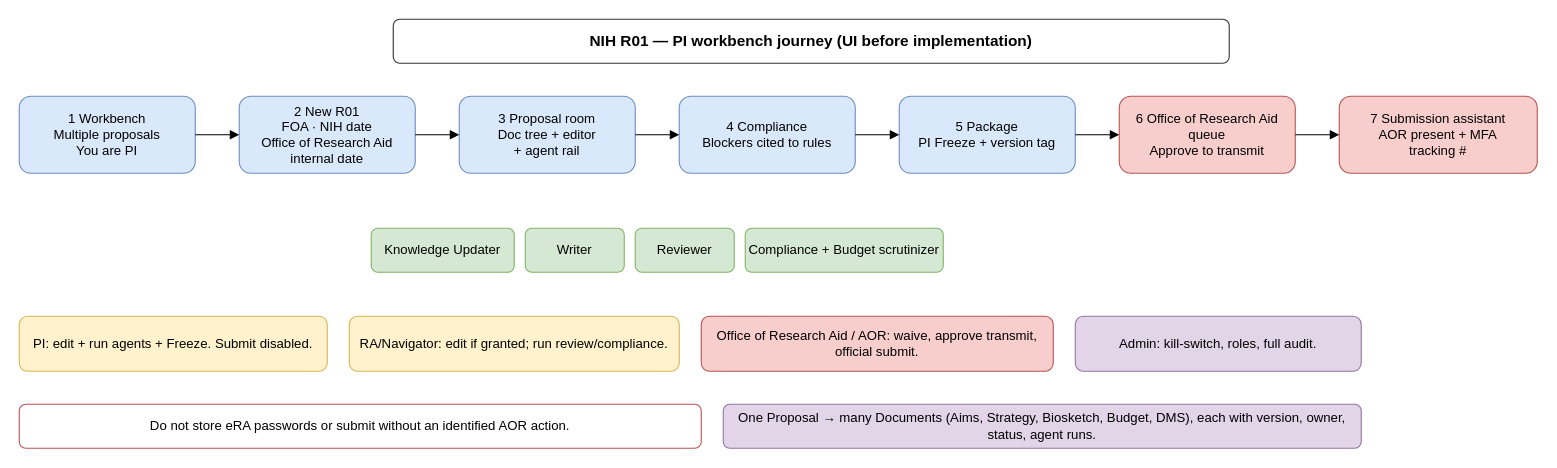
YPCC/grant-agent-lab keeps this draw.io diagram as docs/architecture-considerations/pi-r01-workflow-ui.drawio. Above is the earlier version. Source tidied: cells renumbered, new cells numbered last; positions are measured from the earlier drawing's top-left corner, leaving out a move shared by most shapes. Both pictures are drawn from the tidied source at 110%, with x=0, y=0 at pixel (19, 19).
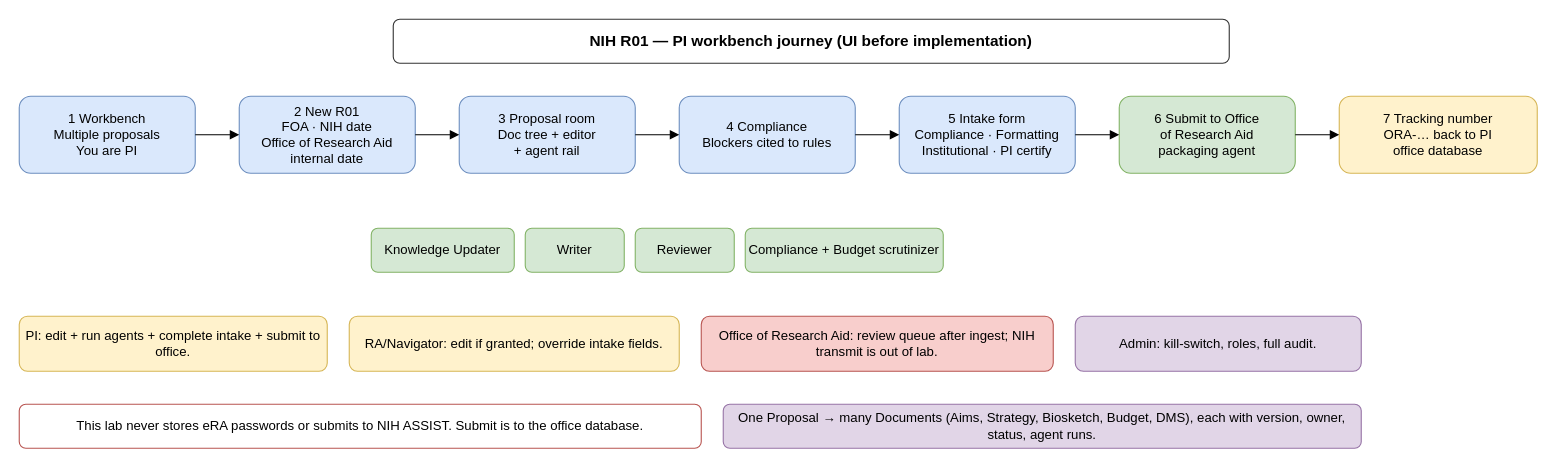
Above is the later version.

Change to the diagram source:
```diff
@@
-    <mxCell id="7" value="5 Package&#10;PI Freeze + version tag" style="rounded=1;whiteSpace=wrap;html=1;fillColor=#dae8fc;strokeColor=#6c8ebf;" parent="1" vertex="1">
+    <mxCell id="7" value="5 Intake form&#10;Compliance · Formatting&#10;Institutional · PI certify" style="rounded=1;whiteSpace=wrap;html=1;fillColor=#dae8fc;strokeColor=#6c8ebf;" parent="1" vertex="1">
       <mxGeometry x="800" y="70" width="160" height="70" as="geometry" />
     </mxCell>
-    <mxCell id="8" value="6 Office of Research Aid queue&#10;Approve to transmit" style="rounded=1;whiteSpace=wrap;html=1;fillColor=#f8cecc;strokeColor=#b85450;" parent="1" vertex="1">
+    <mxCell id="8" value="6 Submit to Office&#10;of Research Aid&#10;packaging agent" style="rounded=1;whiteSpace=wrap;html=1;fillColor=#d5e8d4;strokeColor=#82b366;" parent="1" vertex="1">
       <mxGeometry x="1000" y="70" width="160" height="70" as="geometry" />
     </mxCell>
-    <mxCell id="9" value="7 Submission assistant&#10;AOR present + MFA&#10;tracking #" style="rounded=1;whiteSpace=wrap;html=1;fillColor=#f8cecc;strokeColor=#b85450;" parent="1" vertex="1">
+    <mxCell id="9" value="7 Tracking number&#10;ORA-… back to PI&#10;office database" style="rounded=1;whiteSpace=wrap;html=1;fillColor=#fff2cc;strokeColor=#d6b656;" parent="1" vertex="1">
       <mxGeometry x="1200" y="70" width="180" height="70" as="geometry" />
     </mxCell>
@@
-    <mxCell id="20" value="PI: edit + run agents + Freeze. Submit disabled." style="rounded=1;whiteSpace=wrap;html=1;fillColor=#fff2cc;strokeColor=#d6b656;" parent="1" vertex="1">
+    <mxCell id="20" value="PI: edit + run agents + complete intake + submit to office." style="rounded=1;whiteSpace=wrap;html=1;fillColor=#fff2cc;strokeColor=#d6b656;" parent="1" vertex="1">
       <mxGeometry y="270" width="280" height="50" as="geometry" />
     </mxCell>
-    <mxCell id="21" value="RA/Navigator: edit if granted; run review/compliance." style="rounded=1;whiteSpace=wrap;html=1;fillColor=#fff2cc;strokeColor=#d6b656;" parent="1" vertex="1">
+    <mxCell id="21" value="RA/Navigator: edit if granted; override intake fields." style="rounded=1;whiteSpace=wrap;html=1;fillColor=#fff2cc;strokeColor=#d6b656;" parent="1" vertex="1">
       <mxGeometry x="300" y="270" width="300" height="50" as="geometry" />
     </mxCell>
-    <mxCell id="22" value="Office of Research Aid / AOR: waive, approve transmit, official submit." style="rounded=1;whiteSpace=wrap;html=1;fillColor=#f8cecc;strokeColor=#b85450;" parent="1" vertex="1">
+    <mxCell id="22" value="Office of Research Aid: review queue after ingest; NIH transmit is out of lab." style="rounded=1;whiteSpace=wrap;html=1;fillColor=#f8cecc;strokeColor=#b85450;" parent="1" vertex="1">
       <mxGeometry x="620" y="270" width="320" height="50" as="geometry" />
     </mxCell>
@@
-    <mxCell id="24" value="Do not store eRA passwords or submit without an identified AOR action." style="rounded=1;whiteSpace=wrap;html=1;fillColor=#ffffff;strokeColor=#b85450;" parent="1" vertex="1">
+    <mxCell id="24" value="This lab never stores eRA passwords or submits to NIH ASSIST. Submit is to the office database." style="rounded=1;whiteSpace=wrap;html=1;fillColor=#ffffff;strokeColor=#b85450;" parent="1" vertex="1">
       <mxGeometry y="350" width="620" height="40" as="geometry" />
     </mxCell>
```
